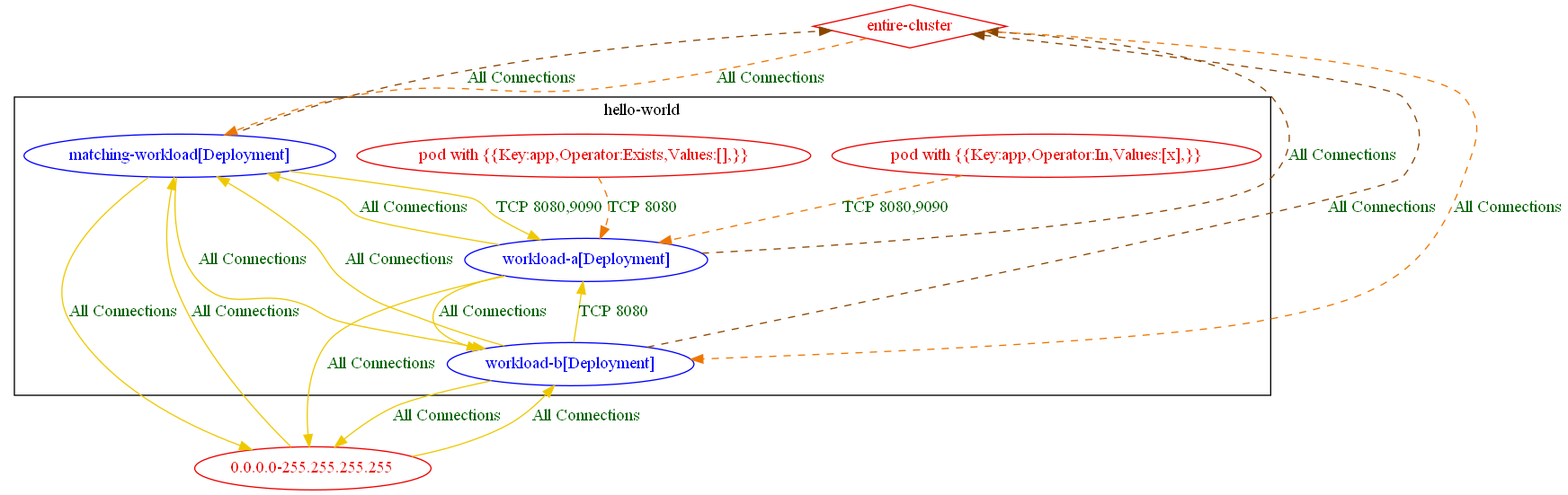
The Graphviz diagram test_outputs/connlist/exposure_test_exposure_with_different_rules_2_with_matching_pod_connlist_output.dot.png in np-guard/netpol-analyzer, before a commit. Its source is kept beside it as test_outputs/connlist/exposure_test_exposure_with_different_rules_2_with_matching_pod_connlist_output.dot. The source it was exported from:
```dot
digraph {
	subgraph "cluster_hello_world" {
		color="black"
		fontcolor="black"
		"hello-world/matching-workload[Deployment]" [label="matching-workload[Deployment]" color="blue" fontcolor="blue"]
		"hello-world/workload-a[Deployment]" [label="workload-a[Deployment]" color="blue" fontcolor="blue"]
		"hello-world/workload-b[Deployment]" [label="workload-b[Deployment]" color="blue" fontcolor="blue"]
		"pod with {{Key:app,Operator:Exists,Values:[],}}_in_hello-world" [label="pod with {{Key:app,Operator:Exists,Values:[],}}" color="red2" fontcolor="red2"]
		"pod with {{Key:app,Operator:In,Values:[x],}}_in_hello-world" [label="pod with {{Key:app,Operator:In,Values:[x],}}" color="red2" fontcolor="red2"]
		label="hello-world"
	}
	"0.0.0.0-255.255.255.255" [label="0.0.0.0-255.255.255.255" color="red2" fontcolor="red2"]
	"entire-cluster" [label="entire-cluster" color="red2" fontcolor="red2" shape=diamond]
	"0.0.0.0-255.255.255.255" -> "hello-world/matching-workload[Deployment]" [label="All Connections" color="gold2" fontcolor="darkgreen" weight=0.5]
	"0.0.0.0-255.255.255.255" -> "hello-world/workload-b[Deployment]" [label="All Connections" color="gold2" fontcolor="darkgreen" weight=0.5]
	"entire-cluster" -> "hello-world/matching-workload[Deployment]" [label="All Connections" color="darkorange2" fontcolor="darkgreen" weight=1 style=dashed]
	"entire-cluster" -> "hello-world/workload-b[Deployment]" [label="All Connections" color="darkorange2" fontcolor="darkgreen" weight=1 style=dashed]
	"hello-world/matching-workload[Deployment]" -> "0.0.0.0-255.255.255.255" [label="All Connections" color="gold2" fontcolor="darkgreen" weight=1]
	"hello-world/matching-workload[Deployment]" -> "entire-cluster" [label="All Connections" color="darkorange4" fontcolor="darkgreen" weight=0.5 style=dashed]
	"hello-world/matching-workload[Deployment]" -> "hello-world/workload-a[Deployment]" [label="TCP 8080,9090" color="gold2" fontcolor="darkgreen" weight=0.5]
	"hello-world/matching-workload[Deployment]" -> "hello-world/workload-b[Deployment]" [label="All Connections" color="gold2" fontcolor="darkgreen" weight=0.5]
	"hello-world/workload-a[Deployment]" -> "0.0.0.0-255.255.255.255" [label="All Connections" color="gold2" fontcolor="darkgreen" weight=1]
	"hello-world/workload-a[Deployment]" -> "entire-cluster" [label="All Connections" color="darkorange4" fontcolor="darkgreen" weight=0.5 style=dashed]
	"hello-world/workload-a[Deployment]" -> "hello-world/matching-workload[Deployment]" [label="All Connections" color="gold2" fontcolor="darkgreen" weight=1]
	"hello-world/workload-a[Deployment]" -> "hello-world/workload-b[Deployment]" [label="All Connections" color="gold2" fontcolor="darkgreen" weight=0.5]
	"hello-world/workload-b[Deployment]" -> "0.0.0.0-255.255.255.255" [label="All Connections" color="gold2" fontcolor="darkgreen" weight=1]
	"hello-world/workload-b[Deployment]" -> "entire-cluster" [label="All Connections" color="darkorange4" fontcolor="darkgreen" weight=0.5 style=dashed]
	"hello-world/workload-b[Deployment]" -> "hello-world/matching-workload[Deployment]" [label="All Connections" color="gold2" fontcolor="darkgreen" weight=1]
	"hello-world/workload-b[Deployment]" -> "hello-world/workload-a[Deployment]" [label="TCP 8080" color="gold2" fontcolor="darkgreen" weight=1]
	"pod with {{Key:app,Operator:Exists,Values:[],}}_in_hello-world" -> "hello-world/workload-a[Deployment]" [label="TCP 8080" color="darkorange2" fontcolor="darkgreen" weight=1 style=dashed]
	"pod with {{Key:app,Operator:In,Values:[x],}}_in_hello-world" -> "hello-world/workload-a[Deployment]" [label="TCP 8080,9090" color="darkorange2" fontcolor="darkgreen" weight=1 style=dashed]
}
```
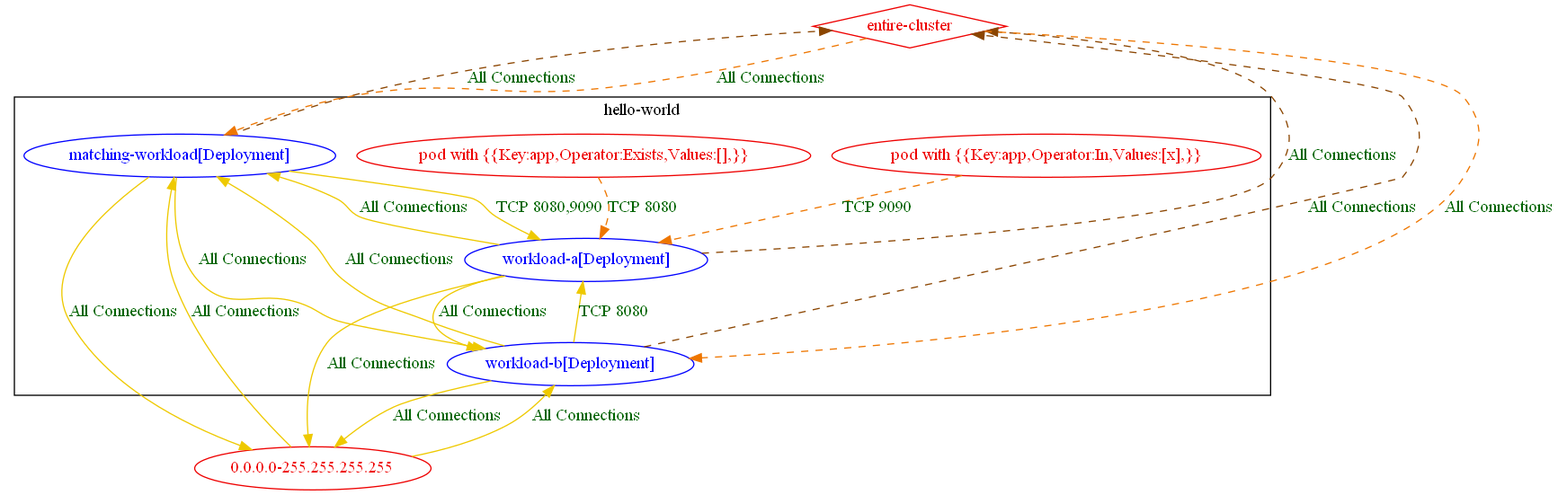
Later version of the same file.

What changed in the source:
```diff
@@ -28,5 +28,5 @@
 	"hello-world/workload-b[Deployment]" -> "hello-world/matching-workload[Deployment]" [label="All Connections" color="gold2" fontcolor="darkgreen" weight=1]
 	"hello-world/workload-b[Deployment]" -> "hello-world/workload-a[Deployment]" [label="TCP 8080" color="gold2" fontcolor="darkgreen" weight=1]
 	"pod with {{Key:app,Operator:Exists,Values:[],}}_in_hello-world" -> "hello-world/workload-a[Deployment]" [label="TCP 8080" color="darkorange2" fontcolor="darkgreen" weight=1 style=dashed]
-	"pod with {{Key:app,Operator:In,Values:[x],}}_in_hello-world" -> "hello-world/workload-a[Deployment]" [label="TCP 8080,9090" color="darkorange2" fontcolor="darkgreen" weight=1 style=dashed]
+	"pod with {{Key:app,Operator:In,Values:[x],}}_in_hello-world" -> "hello-world/workload-a[Deployment]" [label="TCP 9090" color="darkorange2" fontcolor="darkgreen" weight=1 style=dashed]
 }
```
